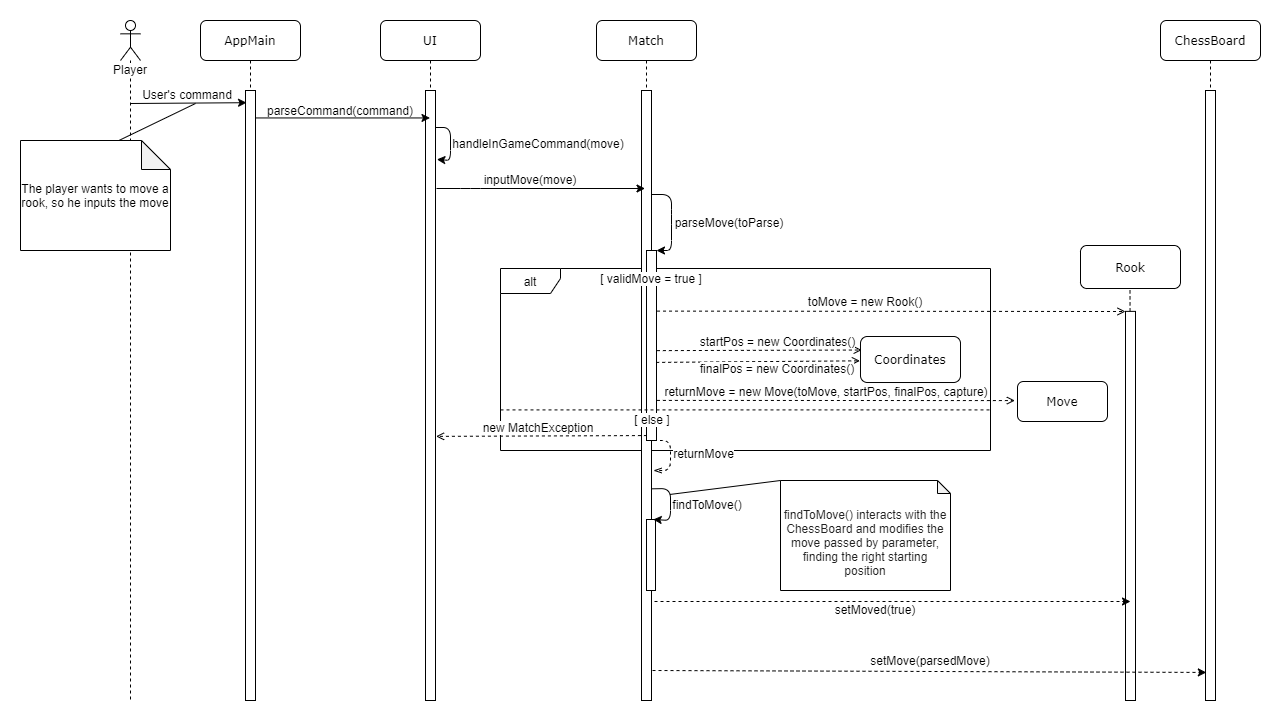
Above: doc/drawings/diagramma_sequenza_movimento_torre.png in SalvatoreTucci/progetto1920-lecun (draw.io), before the change. Source tidied: cells renumbered, new cells last; positions are measured from the earlier drawing's top-left corner, leaving out a move shared by most shapes.
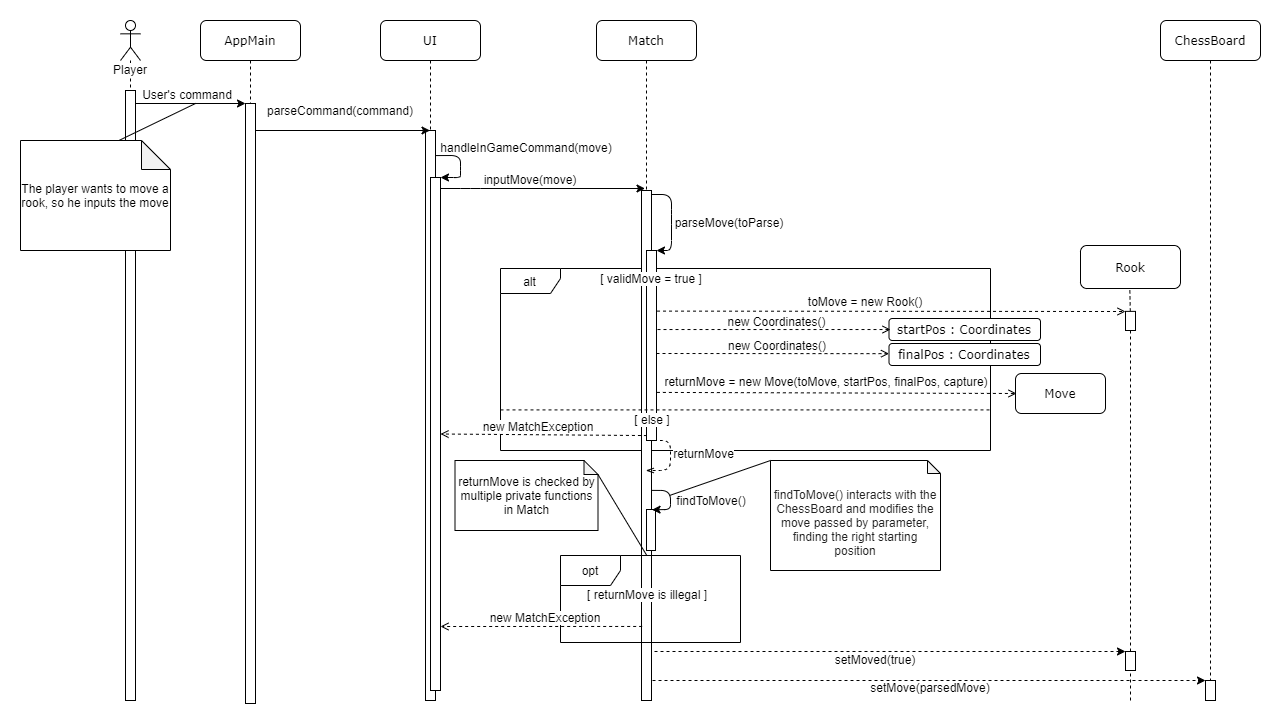
After the commit.

Commit message:
Modificato il diagramma per la review

Change to the diagram source:
```diff
@@ -12,7 +12,7 @@
       <mxGeometry x="576" width="100" height="680" as="geometry" />
     </mxCell>
     <mxCell id="5" style="rounded=0;whiteSpace=wrap;html=1;" parent="4" vertex="1">
-      <mxGeometry x="45" y="70" width="10" height="610" as="geometry" />
+      <mxGeometry x="45" y="170" width="10" height="510" as="geometry" />
     </mxCell>
     <mxCell id="6" style="endArrow=classic;html=1;entryX=1;entryY=0;entryDx=0;entryDy=0;" parent="4" edge="1" target="29">
       <mxGeometry relative="1" as="geometry">
@@ -25,35 +25,35 @@
       </mxGeometry>
     </mxCell>
     <mxCell id="7" style="rounded=0;whiteSpace=wrap;html=1;labelBackgroundColor=#ffffff;fillColor=#ffffff;align=center;" parent="4" vertex="1">
-      <mxGeometry x="50" y="499" width="9" height="71" as="geometry" />
+      <mxGeometry x="50" y="489" width="9" height="41" as="geometry" />
     </mxCell>
-    <mxCell id="8" style="endArrow=classic;html=1;entryX=0.75;entryY=0;entryDx=0;entryDy=0;exitX=0.986;exitY=0.653;exitDx=0;exitDy=0;exitPerimeter=0;" parent="4" edge="1" source="5" target="7">
+    <mxCell id="8" style="endArrow=classic;html=1;entryX=1.057;entryY=0.626;entryDx=0;entryDy=0;entryPerimeter=0;exitX=0.968;exitY=0.588;exitDx=0;exitDy=0;exitPerimeter=0;" parent="4" edge="1" source="5" target="5">
       <mxGeometry relative="1" as="geometry">
         <Array as="points">
-          <mxPoint x="74" y="468" />
-          <mxPoint x="74" y="500" />
+          <mxPoint x="74" y="470" />
+          <mxPoint x="74" y="489" />
         </Array>
       </mxGeometry>
     </mxCell>
-    <mxCell id="9" value="Coordinates" style="shape=umlLifeline;perimeter=lifelinePerimeter;whiteSpace=wrap;html=1;outlineConnect=0;rounded=1;shadow=0;comic=0;labelBackgroundColor=none;strokeWidth=1;fontFamily=Verdana;fontSize=12;align=center;size=46;" parent="1" vertex="1">
-      <mxGeometry x="840" y="316" width="100" height="46" as="geometry" />
+    <mxCell id="9" value="startPos : Coordinates" style="shape=umlLifeline;perimeter=lifelinePerimeter;whiteSpace=wrap;html=1;outlineConnect=0;rounded=1;shadow=0;comic=0;labelBackgroundColor=none;strokeWidth=1;fontFamily=Verdana;fontSize=12;align=center;size=46;" parent="1" vertex="1">
+      <mxGeometry x="868.5" y="298" width="151.5" height="22" as="geometry" />
     </mxCell>
     <mxCell id="10" value="Move" style="shape=umlLifeline;perimeter=lifelinePerimeter;whiteSpace=wrap;html=1;outlineConnect=0;rounded=1;shadow=0;comic=0;labelBackgroundColor=none;strokeWidth=1;fontFamily=Verdana;fontSize=12;align=center;size=40;" parent="1" vertex="1">
-      <mxGeometry x="997" y="361" width="90" height="40" as="geometry" />
+      <mxGeometry x="995" y="353" width="90" height="40" as="geometry" />
     </mxCell>
     <mxCell id="11" value="ChessBoard" style="shape=umlLifeline;perimeter=lifelinePerimeter;whiteSpace=wrap;html=1;rounded=1;shadow=0;comic=0;labelBackgroundColor=none;strokeWidth=1;fontFamily=Verdana;fontSize=12;align=center;" parent="1" vertex="1">
       <mxGeometry x="1140" width="100" height="680" as="geometry" />
     </mxCell>
     <mxCell id="12" style="rounded=0;whiteSpace=wrap;html=1;labelBackgroundColor=#FFFFFF;fillColor=#ffffff;align=center;" parent="11" vertex="1">
-      <mxGeometry x="45" y="70" width="10" height="610" as="geometry" />
+      <mxGeometry x="45" y="660" width="10" height="20" as="geometry" />
     </mxCell>
     <mxCell id="13" value="AppMain" style="shape=umlLifeline;perimeter=lifelinePerimeter;whiteSpace=wrap;html=1;rounded=1;shadow=0;comic=0;labelBackgroundColor=none;strokeWidth=1;fontFamily=Verdana;fontSize=12;align=center;" parent="1" vertex="1">
       <mxGeometry x="180" width="100" height="680" as="geometry" />
     </mxCell>
     <mxCell id="14" style="rounded=0;whiteSpace=wrap;html=1;" parent="13" vertex="1">
-      <mxGeometry x="45" y="70" width="10" height="610" as="geometry" />
+      <mxGeometry x="45" y="83" width="10" height="600" as="geometry" />
     </mxCell>
-    <mxCell id="15" style="endArrow=classic;html=1;entryX=0.105;entryY=0.02;entryDx=0;entryDy=0;entryPerimeter=0;" parent="1" edge="1" target="14">
+    <mxCell id="15" style="endArrow=classic;html=1;entryX=0;entryY=0;entryDx=0;entryDy=0;" parent="1" edge="1" target="14">
       <mxGeometry relative="1" as="geometry">
         <mxPoint x="110" y="83" as="sourcePoint" />
       </mxGeometry>
@@ -61,11 +61,6 @@
     <mxCell id="16" value="User's command" style="text;html=1;strokeColor=none;fillColor=none;align=center;verticalAlign=middle;whiteSpace=wrap;rounded=0;" parent="1" vertex="1">
       <mxGeometry x="112" y="64" width="110" height="20" as="geometry" />
     </mxCell>
-    <mxCell id="17" style="endArrow=none;html=1;exitX=0.656;exitY=0;exitDx=0;exitDy=0;exitPerimeter=0;" parent="1" edge="1" source="54">
-      <mxGeometry relative="1" as="geometry">
-        <mxPoint x="175" y="83" as="targetPoint" />
-      </mxGeometry>
-    </mxCell>
     <mxCell id="18" value="parseCommand(command)" style="text;html=1;strokeColor=none;fillColor=none;align=center;verticalAlign=middle;whiteSpace=wrap;rounded=0;" parent="1" vertex="1">
       <mxGeometry x="240" y="80" width="160" height="20" as="geometry" />
     </mxCell>
@@ -73,7 +68,7 @@
       <mxGeometry relative="1" as="geometry" />
     </mxCell>
     <mxCell id="20" value="handleInGameCommand(move)" style="text;html=1;strokeColor=none;fillColor=none;align=center;verticalAlign=middle;whiteSpace=wrap;rounded=0;" parent="1" vertex="1">
-      <mxGeometry x="423" y="113" width="190" height="20" as="geometry" />
+      <mxGeometry x="411" y="117" width="190" height="20" as="geometry" />
     </mxCell>
     <mxCell id="21" style="endArrow=classic;html=1;" parent="1" edge="1">
       <mxGeometry relative="1" as="geometry">
@@ -94,27 +89,15 @@
       <mxGeometry x="360" width="100" height="680" as="geometry" />
     </mxCell>
     <mxCell id="25" style="rounded=0;whiteSpace=wrap;html=1;" parent="24" vertex="1">
-      <mxGeometry x="45" y="70" width="10" height="610" as="geometry" />
+      <mxGeometry x="45" y="110" width="10" height="570" as="geometry" />
     </mxCell>
-    <mxCell id="26" style="endArrow=classic;html=1;entryX=1.138;entryY=0.113;entryDx=0;entryDy=0;entryPerimeter=0;" parent="24" edge="1" target="25">
-      <mxGeometry relative="1" as="geometry">
-        <mxPoint x="55" y="107" as="sourcePoint" />
-        <Array as="points">
-          <mxPoint x="70" y="107" />
-          <mxPoint x="70" y="140" />
-        </Array>
-      </mxGeometry>
-    </mxCell>
-    <mxCell id="27" style="endArrow=open;html=1;dashed=1;endFill=0;exitX=0.043;exitY=0.974;exitDx=0;exitDy=0;exitPerimeter=0;entryX=1.057;entryY=0.567;entryDx=0;entryDy=0;entryPerimeter=0;" parent="1" edge="1" source="29" target="25">
-      <mxGeometry relative="1" as="geometry" />
-    </mxCell>
     <mxCell id="28" value="new MatchException" style="text;html=1;strokeColor=none;fillColor=none;align=center;verticalAlign=middle;whiteSpace=wrap;rounded=0;labelBackgroundColor=#ffffff;" parent="1" vertex="1">
-      <mxGeometry x="453" y="397" width="130" height="20" as="geometry" />
+      <mxGeometry x="453" y="396" width="130" height="20" as="geometry" />
     </mxCell>
     <mxCell id="29" style="rounded=0;whiteSpace=wrap;html=1;labelBackgroundColor=#ffffff;" parent="1" vertex="1">
       <mxGeometry x="626" y="230" width="10" height="190" as="geometry" />
     </mxCell>
-    <mxCell id="30" style="endArrow=openThin;html=1;dashed=1;exitX=0.75;exitY=1;exitDx=0;exitDy=0;endFill=0;entryX=1.2;entryY=0.623;entryDx=0;entryDy=0;entryPerimeter=0;" parent="1" edge="1" source="29" target="5">
+    <mxCell id="30" style="endArrow=openThin;html=1;dashed=1;exitX=0.75;exitY=1;exitDx=0;exitDy=0;endFill=0;" parent="1" edge="1" source="29" target="4">
       <mxGeometry relative="1" as="geometry">
         <Array as="points">
           <mxPoint x="650" y="420" />
@@ -133,23 +116,28 @@
     <mxCell id="33" value="toMove = new Rook()" style="text;html=1;strokeColor=none;fillColor=none;align=center;verticalAlign=middle;whiteSpace=wrap;rounded=0;labelBackgroundColor=#ffffff;rotation=0;" parent="1" vertex="1">
       <mxGeometry x="770" y="270.9" width="150" height="20" as="geometry" />
     </mxCell>
-    <mxCell id="34" style="endArrow=open;html=1;dashed=1;exitX=1.038;exitY=0.527;exitDx=0;exitDy=0;exitPerimeter=0;endFill=0;entryX=0.012;entryY=0.294;entryDx=0;entryDy=0;entryPerimeter=0;" parent="1" edge="1" source="29" target="9">
+    <mxCell id="34" style="endArrow=open;html=1;dashed=1;endFill=0;exitX=1.1;exitY=0.416;exitDx=0;exitDy=0;exitPerimeter=0;entryX=0.01;entryY=0.502;entryDx=0;entryDy=0;entryPerimeter=0;" parent="1" edge="1" source="29" target="9">
       <mxGeometry relative="1" as="geometry" />
     </mxCell>
-    <mxCell id="35" style="endArrow=open;html=1;dashed=1;exitX=0.969;exitY=0.589;exitDx=0;exitDy=0;exitPerimeter=0;endFill=0;entryX=-0.006;entryY=0.529;entryDx=0;entryDy=0;entryPerimeter=0;" parent="1" edge="1" source="29" target="9">
-      <mxGeometry relative="1" as="geometry" />
+    <mxCell id="35" style="endArrow=open;html=1;dashed=1;endFill=0;entryX=0;entryY=0.462;entryDx=0;entryDy=0;entryPerimeter=0;" parent="1" edge="1" target="60">
+      <mxGeometry relative="1" as="geometry">
+        <mxPoint x="636" y="333" as="sourcePoint" />
+      </mxGeometry>
     </mxCell>
-    <mxCell id="36" value="startPos = new Coordinates()" style="text;html=1;strokeColor=none;fillColor=none;align=center;verticalAlign=middle;whiteSpace=wrap;rounded=0;labelBackgroundColor=#ffffff;rotation=0;" parent="1" vertex="1">
-      <mxGeometry x="652.2" y="311" width="211" height="20" as="geometry" />
+    <mxCell id="36" value="new Coordinates()" style="text;html=1;strokeColor=none;fillColor=none;align=center;verticalAlign=middle;whiteSpace=wrap;rounded=0;labelBackgroundColor=none;rotation=0;" parent="1" vertex="1">
+      <mxGeometry x="651.2" y="291.4" width="211" height="20" as="geometry" />
     </mxCell>
-    <mxCell id="37" value="finalPos = new Coordinates()" style="text;html=1;strokeColor=none;fillColor=none;align=center;verticalAlign=middle;whiteSpace=wrap;rounded=0;labelBackgroundColor=#ffffff;rotation=0;" parent="1" vertex="1">
-      <mxGeometry x="645" y="338" width="223.5" height="20" as="geometry" />
+    <mxCell id="37" value="new Coordinates()" style="text;html=1;strokeColor=none;fillColor=none;align=center;verticalAlign=middle;whiteSpace=wrap;rounded=0;labelBackgroundColor=none;rotation=0;" parent="1" vertex="1">
+      <mxGeometry x="702.5" y="315.4" width="108.5" height="20" as="geometry" />
     </mxCell>
     <mxCell id="38" value="[ validMove = true ]" style="text;html=1;strokeColor=none;fillColor=none;align=center;verticalAlign=middle;whiteSpace=wrap;rounded=0;labelBackgroundColor=#ffffff;" parent="1" vertex="1">
       <mxGeometry x="566" y="248" width="130" height="20" as="geometry" />
     </mxCell>
-    <mxCell id="39" style="endArrow=open;html=1;dashed=1;exitX=1.038;exitY=0.789;exitDx=0;exitDy=0;exitPerimeter=0;endFill=0;entryX=-0.029;entryY=0.477;entryDx=0;entryDy=0;entryPerimeter=0;" parent="1" edge="1" source="29" target="10">
-      <mxGeometry relative="1" as="geometry" />
+    <mxCell id="39" style="endArrow=open;html=1;dashed=1;exitX=1.038;exitY=0.789;exitDx=0;exitDy=0;exitPerimeter=0;endFill=0;" parent="1" edge="1">
+      <mxGeometry relative="1" as="geometry">
+        <mxPoint x="636.4" y="371.9" as="sourcePoint" />
+        <mxPoint x="996" y="373" as="targetPoint" />
+      </mxGeometry>
     </mxCell>
     <mxCell id="40" style="endArrow=none;dashed=1;html=1;entryX=0.998;entryY=0.777;entryDx=0;entryDy=0;entryPerimeter=0;exitX=0;exitY=0.777;exitDx=0;exitDy=0;exitPerimeter=0;" parent="1" edge="1" source="2" target="2">
       <mxGeometry relative="1" as="geometry" />
@@ -158,53 +146,109 @@
       <mxGeometry x="612.2" y="389" width="40" height="20" as="geometry" />
     </mxCell>
     <mxCell id="42" value="findToMove()" style="text;html=1;strokeColor=none;fillColor=none;align=center;verticalAlign=middle;whiteSpace=wrap;rounded=0;labelBackgroundColor=#ffffff;" parent="1" vertex="1">
-      <mxGeometry x="647" y="474" width="80" height="20" as="geometry" />
+      <mxGeometry x="651.2" y="470" width="80" height="20" as="geometry" />
     </mxCell>
     <mxCell id="43" value="Player" style="shape=umlLifeline;participant=umlActor;perimeter=lifelinePerimeter;whiteSpace=wrap;html=1;verticalAlign=top;spacingTop=36;labelBackgroundColor=#ffffff;fillColor=#ffffff;align=center;" parent="1" vertex="1">
       <mxGeometry x="100" width="20" height="680" as="geometry" />
     </mxCell>
+    <mxCell id="56" style="rounded=0;whiteSpace=wrap;html=1;labelBackgroundColor=none;" parent="43" vertex="1">
+      <mxGeometry x="5" y="70" width="10" height="610" as="geometry" />
+    </mxCell>
     <mxCell id="44" value="&lt;br&gt;&lt;span style=&quot;color: rgb(34 , 34 , 34) ; text-align: left&quot;&gt;findToMove() interacts with the ChessBoard and modifies the move passed by parameter,&lt;br&gt;finding the right starting position&lt;/span&gt;" style="shape=note;whiteSpace=wrap;html=1;backgroundOutline=1;darkOpacity=0.05;labelBackgroundColor=#ffffff;fillColor=#ffffff;align=center;size=13;" parent="1" vertex="1">
-      <mxGeometry x="760" y="460" width="170" height="110" as="geometry" />
+      <mxGeometry x="750" y="440" width="170" height="110" as="geometry" />
     </mxCell>
     <mxCell id="45" style="endArrow=none;dashed=1;html=1;" parent="1" edge="1" source="47" target="3">
       <mxGeometry relative="1" as="geometry" />
     </mxCell>
     <mxCell id="46" value="returnMove = new Move(toMove, startPos, finalPos, capture)" style="text;html=1;strokeColor=none;fillColor=none;align=center;verticalAlign=middle;whiteSpace=wrap;rounded=0;labelBackgroundColor=#FFFFFF;" parent="1" vertex="1">
-      <mxGeometry x="638.2" y="361" width="335.8" height="20" as="geometry" />
+      <mxGeometry x="638.2" y="351" width="335.8" height="20" as="geometry" />
     </mxCell>
     <mxCell id="47" style="rounded=0;whiteSpace=wrap;html=1;labelBackgroundColor=#FFFFFF;fillColor=#ffffff;align=center;" parent="1" vertex="1">
-      <mxGeometry x="1105" y="290.9" width="10" height="389.1" as="geometry" />
+      <mxGeometry x="1105" y="290.9" width="10" height="19.1" as="geometry" />
     </mxCell>
-    <mxCell id="48" style="endArrow=none;dashed=1;html=1;" parent="1" edge="1" target="47">
-      <mxGeometry relative="1" as="geometry">
-        <mxPoint x="1110" y="680" as="sourcePoint" />
-      </mxGeometry>
+    <mxCell id="48" style="endArrow=none;dashed=1;html=1;" parent="1" edge="1" source="58" target="47">
+      <mxGeometry relative="1" as="geometry" />
     </mxCell>
     <mxCell id="49" value="setMoved(true)" style="text;html=1;strokeColor=none;fillColor=none;align=center;verticalAlign=middle;whiteSpace=wrap;rounded=0;labelBackgroundColor=#FFFFFF;" parent="1" vertex="1">
-      <mxGeometry x="810" y="579" width="90" height="20" as="geometry" />
+      <mxGeometry x="810" y="629" width="90" height="20" as="geometry" />
     </mxCell>
     <mxCell id="50" style="endArrow=classic;html=1;exitX=1.047;exitY=0.045;exitDx=0;exitDy=0;exitPerimeter=0;" parent="1" edge="1" source="14" target="24">
       <mxGeometry relative="1" as="geometry" />
     </mxCell>
-    <mxCell id="51" style="endArrow=classic;html=1;dashed=1;" parent="1" edge="1">
+    <mxCell id="51" style="endArrow=classic;html=1;dashed=1;entryX=0;entryY=0;entryDx=0;entryDy=0;" parent="1" edge="1">
       <mxGeometry relative="1" as="geometry">
-        <mxPoint x="634" y="581" as="sourcePoint" />
-        <mxPoint x="1110" y="581" as="targetPoint" />
+        <mxPoint x="634" y="631" as="sourcePoint" />
+        <mxPoint x="1105" y="631" as="targetPoint" />
       </mxGeometry>
     </mxCell>
-    <mxCell id="52" style="endArrow=classic;html=1;dashed=1;entryX=0.083;entryY=0.954;entryDx=0;entryDy=0;entryPerimeter=0;" parent="1" edge="1" target="12">
+    <mxCell id="52" style="endArrow=classic;html=1;dashed=1;entryX=0;entryY=0;entryDx=0;entryDy=0;" parent="1" edge="1">
       <mxGeometry relative="1" as="geometry">
-        <mxPoint x="632" y="650" as="sourcePoint" />
+        <mxPoint x="632" y="660" as="sourcePoint" />
+        <mxPoint x="1185" y="660" as="targetPoint" />
       </mxGeometry>
     </mxCell>
     <mxCell id="53" value="setMove(parsedMove)" style="text;html=1;strokeColor=none;fillColor=none;align=center;verticalAlign=middle;whiteSpace=wrap;rounded=0;labelBackgroundColor=#FFFFFF;" parent="1" vertex="1">
-      <mxGeometry x="835" y="630" width="150" height="20" as="geometry" />
+      <mxGeometry x="835" y="657" width="150" height="20" as="geometry" />
     </mxCell>
     <mxCell id="54" value="The player wants to move&amp;nbsp;a rook, so he inputs the move" style="shape=note;whiteSpace=wrap;html=1;backgroundOutline=1;darkOpacity=0.05;paddin=5;labelPadding=10;align=center;horizontal=1;verticalAlign=middle;fillColor=#ffffff;size=29;" parent="1" vertex="1">
       <mxGeometry y="120" width="150" height="110" as="geometry" />
     </mxCell>
-    <mxCell id="55" style="endArrow=none;html=1;entryX=0.03;entryY=-0.002;entryDx=0;entryDy=0;entryPerimeter=0;exitX=0;exitY=0;exitDx=0;exitDy=0;exitPerimeter=0;" parent="1" edge="1" source="44" target="42">
-      <mxGeometry relative="1" as="geometry" />
+    <mxCell id="55" style="endArrow=none;html=1;exitX=0;exitY=0;exitDx=0;exitDy=0;exitPerimeter=0;" parent="1" edge="1" source="44">
+      <mxGeometry relative="1" as="geometry">
+        <mxPoint x="649" y="475" as="targetPoint" />
+      </mxGeometry>
     </mxCell>
+    <mxCell id="57" style="rounded=0;whiteSpace=wrap;html=1;" parent="1" vertex="1">
+      <mxGeometry x="410" y="157" width="10" height="513" as="geometry" />
+    </mxCell>
+    <mxCell id="27" style="endArrow=open;html=1;dashed=1;endFill=0;exitX=0.043;exitY=0.974;exitDx=0;exitDy=0;exitPerimeter=0;entryX=1;entryY=0.5;entryDx=0;entryDy=0;" parent="1" edge="1" source="29" target="57">
+      <mxGeometry relative="1" as="geometry" />
+    </mxCell>
+    <mxCell id="26" style="endArrow=classic;html=1;entryX=1;entryY=0;entryDx=0;entryDy=0;exitX=0.962;exitY=0.044;exitDx=0;exitDy=0;exitPerimeter=0;" parent="1" edge="1" source="25" target="57">
+      <mxGeometry relative="1" as="geometry">
+        <Array as="points">
+          <mxPoint x="440" y="135" />
+          <mxPoint x="440" y="150" />
+          <mxPoint x="440" y="157" />
+        </Array>
+      </mxGeometry>
+    </mxCell>
+    <mxCell id="58" style="rounded=0;whiteSpace=wrap;html=1;" parent="1" vertex="1">
+      <mxGeometry x="1105" y="631" width="10" height="19" as="geometry" />
+    </mxCell>
+    <mxCell id="59" style="endArrow=none;dashed=1;html=1;" parent="1" edge="1" target="58">
+      <mxGeometry relative="1" as="geometry">
+        <mxPoint x="1110" y="680" as="sourcePoint" />
+      </mxGeometry>
+    </mxCell>
+    <mxCell id="60" value="finalPos : Coordinates" style="shape=umlLifeline;perimeter=lifelinePerimeter;whiteSpace=wrap;html=1;outlineConnect=0;rounded=1;shadow=0;comic=0;labelBackgroundColor=none;strokeWidth=1;fontFamily=Verdana;fontSize=12;align=center;size=46;" parent="1" vertex="1">
+      <mxGeometry x="868.5" y="323" width="151.5" height="22" as="geometry" />
+    </mxCell>
+    <mxCell id="17" style="endArrow=none;html=1;exitX=0.656;exitY=0;exitDx=0;exitDy=0;exitPerimeter=0;" parent="1" edge="1" source="54">
+      <mxGeometry relative="1" as="geometry">
+        <mxPoint x="175" y="83" as="targetPoint" />
+      </mxGeometry>
+    </mxCell>
+    <mxCell id="61" style="endArrow=open;html=1;exitX=0.067;exitY=0.796;exitDx=0;exitDy=0;exitPerimeter=0;dashed=1;endFill=0;" parent="1" edge="1">
+      <mxGeometry relative="1" as="geometry">
+        <mxPoint x="621.7" y="606" as="sourcePoint" />
+        <mxPoint x="420" y="606" as="targetPoint" />
+      </mxGeometry>
+    </mxCell>
+    <mxCell id="62" value="opt" style="shape=umlFrame;whiteSpace=wrap;html=1;labelBackgroundColor=none;" parent="1" vertex="1">
+      <mxGeometry x="540" y="535" width="180" height="87" as="geometry" />
+    </mxCell>
+    <mxCell id="63" value="[ returnMove is illegal ]" style="text;html=1;strokeColor=none;fillColor=none;align=center;verticalAlign=middle;whiteSpace=wrap;rounded=0;labelBackgroundColor=#ffffff;" parent="1" vertex="1">
+      <mxGeometry x="557" y="563.5" width="140" height="20" as="geometry" />
+    </mxCell>
+    <mxCell id="64" value="new MatchException" style="text;html=1;strokeColor=none;fillColor=none;align=center;verticalAlign=middle;whiteSpace=wrap;rounded=0;labelBackgroundColor=#ffffff;" parent="1" vertex="1">
+      <mxGeometry x="467" y="587" width="116" height="20" as="geometry" />
+    </mxCell>
+    <mxCell id="65" value="returnMove is checked by multiple private functions in Match" style="shape=note;whiteSpace=wrap;html=1;backgroundOutline=1;darkOpacity=0.05;labelBackgroundColor=#ffffff;size=14;" parent="1" vertex="1">
+      <mxGeometry x="434.5" y="440" width="143" height="70" as="geometry" />
+    </mxCell>
+    <mxCell id="66" style="endArrow=none;html=1;entryX=0.478;entryY=-0.005;entryDx=0;entryDy=0;entryPerimeter=0;exitX=0;exitY=0;exitDx=143;exitDy=14;exitPerimeter=0;" parent="1" edge="1" source="65" target="62">
+      <mxGeometry relative="1" as="geometry" />
+    </mxCell>
   </root>
 </mxGraphModel>
```
